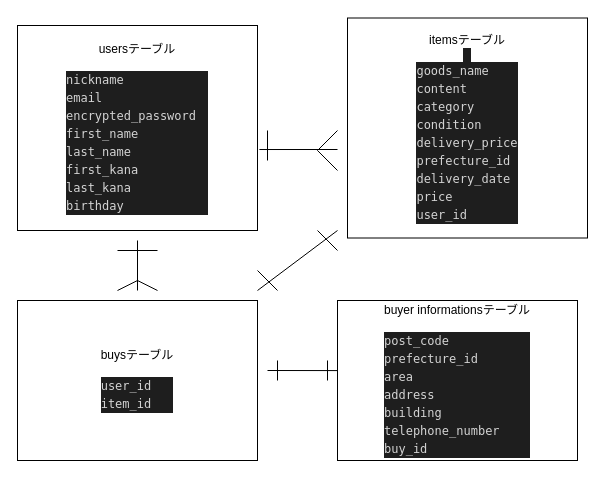
Above: furima.dio in kentyan6/furima-39221 (draw.io), before the change. Source tidied: cells renumbered, new cells numbered last; positions are measured from the earlier drawing's top-left corner, leaving out a move shared by most shapes. Both pictures are drawn from the tidied source at 100%, with x=0, y=0 at pixel (17, 18).
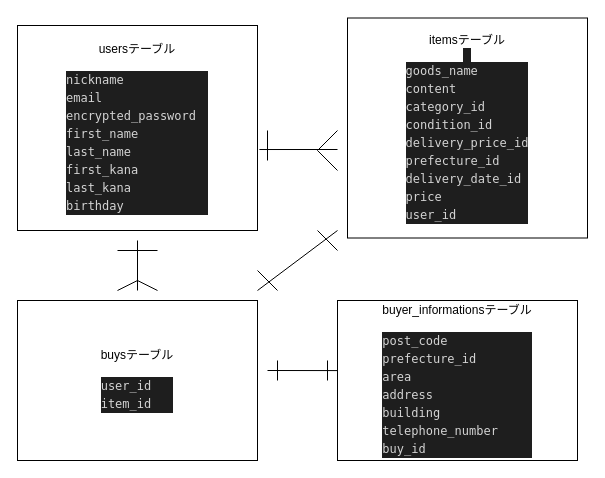
After the change.

The edit, as a diff of the source:
```diff
@@
-    <mxCell id="3" value="itemsテーブル&lt;br&gt;&lt;span style=&quot;text-align: left; background-color: rgb(30, 30, 30); color: rgb(212, 212, 212); font-family: Menlo, Monaco, &amp;quot;Courier New&amp;quot;, monospace;&quot;&gt;&amp;nbsp;&lt;/span&gt;&lt;br&gt;&lt;div style=&quot;color: rgb(212, 212, 212); background-color: rgb(30, 30, 30); font-family: Menlo, Monaco, &amp;quot;Courier New&amp;quot;, monospace; line-height: 18px;&quot;&gt;&lt;div style=&quot;text-align: left;&quot;&gt;goods_name&lt;/div&gt;&lt;div style=&quot;text-align: left;&quot;&gt;content&amp;nbsp;&lt;/div&gt;&lt;div style=&quot;text-align: left;&quot;&gt;category&lt;/div&gt;&lt;div style=&quot;text-align: left;&quot;&gt;condition&amp;nbsp;&lt;/div&gt;&lt;div style=&quot;text-align: left;&quot;&gt;delivery_price&lt;/div&gt;&lt;div style=&quot;text-align: left;&quot;&gt;prefecture_id&lt;br&gt;&lt;/div&gt;&lt;div style=&quot;text-align: left;&quot;&gt;delivery_date&lt;/div&gt;&lt;div style=&quot;text-align: left;&quot;&gt;price&lt;/div&gt;&lt;div style=&quot;text-align: left;&quot;&gt;user_id&lt;/div&gt;&lt;/div&gt;" style="rounded=0;whiteSpace=wrap;html=1;" parent="1" vertex="1">
+    <mxCell id="3" value="itemsテーブル&lt;br&gt;&lt;span style=&quot;text-align: left; background-color: rgb(30, 30, 30); color: rgb(212, 212, 212); font-family: Menlo, Monaco, &amp;quot;Courier New&amp;quot;, monospace;&quot;&gt;&amp;nbsp;&lt;/span&gt;&lt;br&gt;&lt;div style=&quot;color: rgb(212, 212, 212); background-color: rgb(30, 30, 30); font-family: Menlo, Monaco, &amp;quot;Courier New&amp;quot;, monospace; line-height: 18px;&quot;&gt;&lt;div style=&quot;text-align: left;&quot;&gt;goods_name&lt;/div&gt;&lt;div style=&quot;text-align: left;&quot;&gt;content&amp;nbsp;&lt;/div&gt;&lt;div style=&quot;text-align: left;&quot;&gt;category_id&lt;/div&gt;&lt;div style=&quot;text-align: left;&quot;&gt;condition_id&amp;nbsp;&lt;/div&gt;&lt;div style=&quot;text-align: left;&quot;&gt;delivery_price_id&lt;/div&gt;&lt;div style=&quot;text-align: left;&quot;&gt;prefecture_id&lt;br&gt;&lt;/div&gt;&lt;div style=&quot;text-align: left;&quot;&gt;delivery_date_id&lt;/div&gt;&lt;div style=&quot;text-align: left;&quot;&gt;price&lt;/div&gt;&lt;div style=&quot;text-align: left;&quot;&gt;user_id&lt;/div&gt;&lt;/div&gt;" style="rounded=0;whiteSpace=wrap;html=1;" parent="1" vertex="1">
       <mxGeometry x="330" y="-0.5" width="240" height="220" as="geometry" />
     </mxCell>
@@
-    <mxCell id="5" value="buyer informationsテーブル&lt;br&gt;&lt;br&gt;&lt;div style=&quot;color: rgb(212, 212, 212); background-color: rgb(30, 30, 30); font-family: Menlo, Monaco, &amp;quot;Courier New&amp;quot;, monospace; line-height: 18px;&quot;&gt;&lt;div style=&quot;text-align: left;&quot;&gt;post_code&lt;br&gt;&lt;/div&gt;&lt;div style=&quot;text-align: left;&quot;&gt;prefecture_id&amp;nbsp;&lt;/div&gt;&lt;div style=&quot;text-align: left;&quot;&gt;area&amp;nbsp;&lt;/div&gt;&lt;div style=&quot;text-align: left;&quot;&gt;address&lt;/div&gt;&lt;div style=&quot;text-align: left;&quot;&gt;building&lt;/div&gt;&lt;div style=&quot;text-align: left;&quot;&gt;telephone_number&lt;/div&gt;&lt;div style=&quot;text-align: left;&quot;&gt;buy_id&lt;/div&gt;&lt;/div&gt;" style="rounded=0;whiteSpace=wrap;html=1;" parent="1" vertex="1">
+    <mxCell id="5" value="buyer_informationsテーブル&lt;br&gt;&lt;br&gt;&lt;div style=&quot;color: rgb(212, 212, 212); background-color: rgb(30, 30, 30); font-family: Menlo, Monaco, &amp;quot;Courier New&amp;quot;, monospace; line-height: 18px;&quot;&gt;&lt;div style=&quot;text-align: left;&quot;&gt;post_code&lt;br&gt;&lt;/div&gt;&lt;div style=&quot;text-align: left;&quot;&gt;prefecture_id&amp;nbsp;&lt;/div&gt;&lt;div style=&quot;text-align: left;&quot;&gt;area&amp;nbsp;&lt;/div&gt;&lt;div style=&quot;text-align: left;&quot;&gt;address&lt;/div&gt;&lt;div style=&quot;text-align: left;&quot;&gt;building&lt;/div&gt;&lt;div style=&quot;text-align: left;&quot;&gt;telephone_number&lt;/div&gt;&lt;div style=&quot;text-align: left;&quot;&gt;buy_id&lt;/div&gt;&lt;/div&gt;" style="rounded=0;whiteSpace=wrap;html=1;" parent="1" vertex="1">
       <mxGeometry x="320" y="282" width="240" height="160" as="geometry" />
     </mxCell>
```
